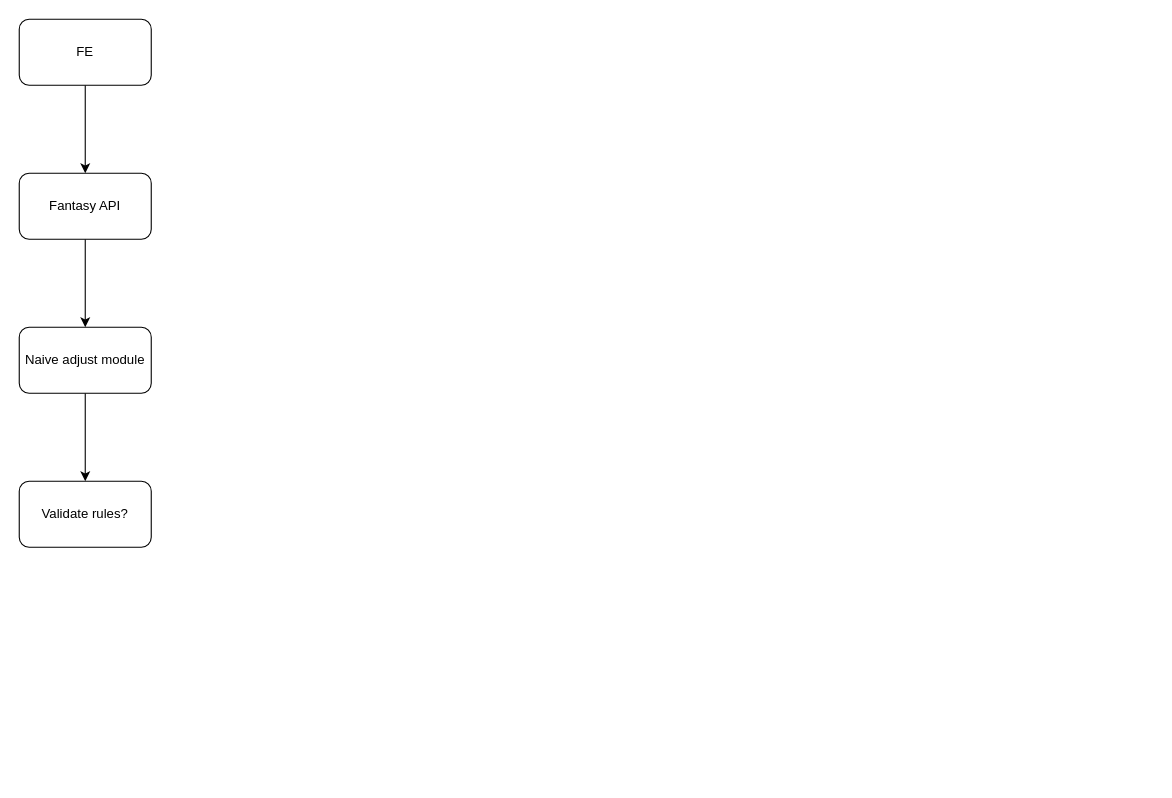
Before: drawings/adjust plan.drawio in saharki/draw.io, a draw.io diagram. Source tidied: cells renumbered, new cells numbered last; positions are measured from the earlier drawing's top-left corner, leaving out a move shared by most shapes. Both pictures are drawn from the tidied source at 110%, with x=0, y=0 at pixel (19, 19).
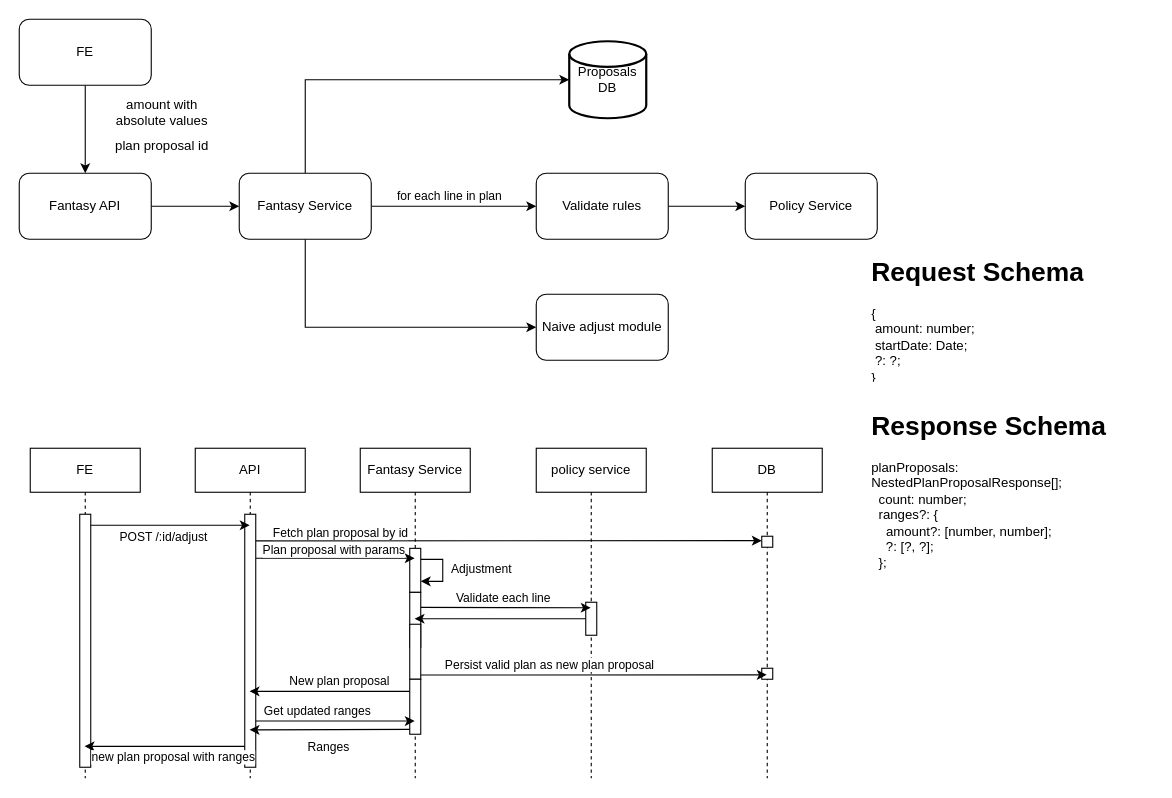
After the change.

Unchanged cells that the change refers to:
```xml
<mxCell id="5" value="Fantasy API" style="rounded=1;whiteSpace=wrap;html=1;" parent="1" vertex="1">
  <mxGeometry y="140" width="120" height="60" as="geometry" />
</mxCell>
```

What changed in the source:
```diff
@@
-    <mxCell id="4" style="edgeStyle=orthogonalEdgeStyle;rounded=0;jettySize=auto;html=1;" parent="1" edge="1" source="5" target="7">
+    <mxCell id="4" style="edgeStyle=orthogonalEdgeStyle;rounded=0;jettySize=auto;html=1;exitX=0.5;exitY=1;exitDx=0;exitDy=0;entryX=0;entryY=0.5;entryDx=0;entryDy=0;" parent="1" edge="1" source="16" target="7">
       <mxGeometry relative="1" as="geometry" />
     </mxCell>
+    <mxCell id="9" style="edgeStyle=orthogonalEdgeStyle;rounded=0;jettySize=auto;html=1;" parent="1" edge="1" source="5" target="16">
+      <mxGeometry relative="1" as="geometry" />
+    </mxCell>
@@
-    <mxCell id="6" style="edgeStyle=orthogonalEdgeStyle;rounded=0;jettySize=auto;html=1;" parent="1" edge="1" source="7" target="8">
+    <mxCell id="6" style="edgeStyle=orthogonalEdgeStyle;rounded=0;jettySize=auto;html=1;" parent="1" edge="1" source="16" target="8">
       <mxGeometry relative="1" as="geometry" />
     </mxCell>
+    <mxCell id="10" value="for each line in plan" style="edgeLabel;html=1;align=center;verticalAlign=middle;" parent="6" vertex="1">
+      <mxGeometry x="-0.41" y="3" relative="1" as="geometry">
+        <mxPoint x="26" y="-7" as="offset" />
+      </mxGeometry>
+    </mxCell>
     <mxCell id="7" value="Naive adjust module" style="rounded=1;whiteSpace=wrap;html=1;" parent="1" vertex="1">
-      <mxGeometry y="280" width="120" height="60" as="geometry" />
+      <mxGeometry x="470" y="250" width="120" height="60" as="geometry" />
     </mxCell>
+    <mxCell id="11" style="edgeStyle=orthogonalEdgeStyle;rounded=0;jettySize=auto;html=1;" parent="1" edge="1" source="8" target="14">
+      <mxGeometry relative="1" as="geometry" />
+    </mxCell>
-    <mxCell id="8" value="Validate rules?" style="rounded=1;whiteSpace=wrap;html=1;" parent="1" vertex="1">
-      <mxGeometry y="420" width="120" height="60" as="geometry" />
+    <mxCell id="8" value="Validate rules" style="rounded=1;whiteSpace=wrap;html=1;" parent="1" vertex="1">
+      <mxGeometry x="470" y="140" width="120" height="60" as="geometry" />
     </mxCell>
+    <mxCell id="12" value="amount with absolute values" style="text;html=1;strokeColor=none;fillColor=none;align=center;verticalAlign=middle;whiteSpace=wrap;rounded=0;" parent="1" vertex="1">
+      <mxGeometry x="80" y="70" width="100" height="30" as="geometry" />
+    </mxCell>
+    <mxCell id="13" value="plan proposal id" style="text;html=1;strokeColor=none;fillColor=none;align=center;verticalAlign=middle;whiteSpace=wrap;rounded=0;" parent="1" vertex="1">
+      <mxGeometry x="80" y="100" width="100" height="30" as="geometry" />
+    </mxCell>
+    <mxCell id="14" value="Policy Service" style="whiteSpace=wrap;html=1;rounded=1;" parent="1" vertex="1">
+      <mxGeometry x="660" y="140" width="120" height="60" as="geometry" />
+    </mxCell>
+    <mxCell id="15" style="edgeStyle=orthogonalEdgeStyle;rounded=0;jettySize=auto;html=1;entryX=0;entryY=0.5;entryDx=0;entryDy=0;entryPerimeter=0;exitX=0.5;exitY=0;exitDx=0;exitDy=0;" parent="1" edge="1" source="16" target="19">
+      <mxGeometry relative="1" as="geometry" />
+    </mxCell>
+    <mxCell id="16" value="Fantasy Service" style="whiteSpace=wrap;html=1;rounded=1;" parent="1" vertex="1">
+      <mxGeometry x="200" y="140" width="120" height="60" as="geometry" />
+    </mxCell>
+    <mxCell id="17" value="FE" style="shape=umlLifeline;perimeter=lifelinePerimeter;whiteSpace=wrap;html=1;newEdgeStyle={&quot;edgeStyle&quot;:&quot;elbowEdgeStyle&quot;,&quot;elbow&quot;:&quot;vertical&quot;,&quot;curved&quot;:0,&quot;rounded&quot;:0};" parent="1" vertex="1">
+      <mxGeometry x="10" y="390" width="100" height="300" as="geometry" />
+    </mxCell>
+    <mxCell id="18" style="html=1;points=[];perimeter=orthogonalPerimeter;outlineConnect=0;targetShapes=umlLifeline;portConstraint=eastwest;newEdgeStyle={&quot;edgeStyle&quot;:&quot;elbowEdgeStyle&quot;,&quot;elbow&quot;:&quot;vertical&quot;,&quot;curved&quot;:0,&quot;rounded&quot;:0};" parent="17" vertex="1">
+      <mxGeometry x="45" y="60" width="10" height="230" as="geometry" />
+    </mxCell>
+    <mxCell id="19" value="Proposals DB" style="strokeWidth=2;html=1;shape=mxgraph.flowchart.database;whiteSpace=wrap;" parent="1" vertex="1">
+      <mxGeometry x="500" y="20" width="70" height="70" as="geometry" />
+    </mxCell>
+    <mxCell id="20" value="API" style="shape=umlLifeline;perimeter=lifelinePerimeter;whiteSpace=wrap;html=1;outlineConnect=0;portConstraint=eastwest;newEdgeStyle={&quot;edgeStyle&quot;:&quot;elbowEdgeStyle&quot;,&quot;elbow&quot;:&quot;vertical&quot;,&quot;curved&quot;:0,&quot;rounded&quot;:0};" parent="1" vertex="1">
+      <mxGeometry x="160" y="390" width="100" height="300" as="geometry" />
+    </mxCell>
+    <mxCell id="21" style="html=1;points=[];perimeter=orthogonalPerimeter;outlineConnect=0;targetShapes=umlLifeline;portConstraint=eastwest;newEdgeStyle={&quot;edgeStyle&quot;:&quot;elbowEdgeStyle&quot;,&quot;elbow&quot;:&quot;vertical&quot;,&quot;curved&quot;:0,&quot;rounded&quot;:0};" parent="20" vertex="1">
+      <mxGeometry x="45" y="60" width="10" height="230" as="geometry" />
+    </mxCell>
+    <mxCell id="22" value="Fantasy Service" style="shape=umlLifeline;perimeter=lifelinePerimeter;whiteSpace=wrap;html=1;outlineConnect=0;portConstraint=eastwest;newEdgeStyle={&quot;edgeStyle&quot;:&quot;elbowEdgeStyle&quot;,&quot;elbow&quot;:&quot;vertical&quot;,&quot;curved&quot;:0,&quot;rounded&quot;:0};" parent="1" vertex="1">
+      <mxGeometry x="310" y="390" width="100" height="300" as="geometry" />
+    </mxCell>
+    <mxCell id="23" style="html=1;points=[];perimeter=orthogonalPerimeter;outlineConnect=0;targetShapes=umlLifeline;portConstraint=eastwest;newEdgeStyle={&quot;edgeStyle&quot;:&quot;elbowEdgeStyle&quot;,&quot;elbow&quot;:&quot;vertical&quot;,&quot;curved&quot;:0,&quot;rounded&quot;:0};" parent="22" vertex="1">
+      <mxGeometry x="45" y="91" width="10" height="40" as="geometry" />
+    </mxCell>
+    <mxCell id="24" value="Adjustment" style="edgeStyle=elbowEdgeStyle;rounded=0;orthogonalLoop=1;jettySize=auto;html=1;elbow=horizontal;curved=0;" parent="22" edge="1" source="23" target="23">
+      <mxGeometry y="35" relative="1" as="geometry">
+        <mxPoint y="-1" as="offset" />
+      </mxGeometry>
+    </mxCell>
+    <mxCell id="25" style="html=1;perimeter=orthogonalPerimeter;targetShapes=umlLifeline;newEdgeStyle={&quot;edgeStyle&quot;:&quot;elbowEdgeStyle&quot;,&quot;elbow&quot;:&quot;vertical&quot;,&quot;curved&quot;:0,&quot;rounded&quot;:0};" parent="22" vertex="1">
+      <mxGeometry x="45" y="131" width="10" height="50" as="geometry" />
+    </mxCell>
+    <mxCell id="26" style="html=1;perimeter=orthogonalPerimeter;targetShapes=umlLifeline;newEdgeStyle={&quot;edgeStyle&quot;:&quot;elbowEdgeStyle&quot;,&quot;elbow&quot;:&quot;vertical&quot;,&quot;curved&quot;:0,&quot;rounded&quot;:0};" parent="22" vertex="1">
+      <mxGeometry x="45" y="160" width="10" height="50" as="geometry" />
+    </mxCell>
+    <mxCell id="27" style="html=1;perimeter=orthogonalPerimeter;targetShapes=umlLifeline;newEdgeStyle={&quot;edgeStyle&quot;:&quot;elbowEdgeStyle&quot;,&quot;elbow&quot;:&quot;vertical&quot;,&quot;curved&quot;:0,&quot;rounded&quot;:0};" parent="22" vertex="1">
+      <mxGeometry x="45" y="210" width="10" height="50" as="geometry" />
+    </mxCell>
+    <mxCell id="28" value="policy service" style="shape=umlLifeline;perimeter=lifelinePerimeter;whiteSpace=wrap;html=1;newEdgeStyle={&quot;edgeStyle&quot;:&quot;elbowEdgeStyle&quot;,&quot;elbow&quot;:&quot;vertical&quot;,&quot;curved&quot;:0,&quot;rounded&quot;:0};" parent="1" vertex="1">
+      <mxGeometry x="470" y="390" width="100" height="300" as="geometry" />
+    </mxCell>
+    <mxCell id="29" style="html=1;points=[];perimeter=orthogonalPerimeter;outlineConnect=0;targetShapes=umlLifeline;portConstraint=eastwest;newEdgeStyle={&quot;edgeStyle&quot;:&quot;elbowEdgeStyle&quot;,&quot;elbow&quot;:&quot;vertical&quot;,&quot;curved&quot;:0,&quot;rounded&quot;:0};" parent="28" vertex="1">
+      <mxGeometry x="45" y="140" width="10" height="30" as="geometry" />
+    </mxCell>
+    <mxCell id="30" value="DB" style="shape=umlLifeline;perimeter=lifelinePerimeter;whiteSpace=wrap;html=1;outlineConnect=0;portConstraint=eastwest;newEdgeStyle={&quot;edgeStyle&quot;:&quot;elbowEdgeStyle&quot;,&quot;elbow&quot;:&quot;vertical&quot;,&quot;curved&quot;:0,&quot;rounded&quot;:0};" parent="1" vertex="1">
+      <mxGeometry x="630" y="390" width="100" height="300" as="geometry" />
+    </mxCell>
+    <mxCell id="31" style="html=1;perimeter=orthogonalPerimeter;targetShapes=umlLifeline;newEdgeStyle={&quot;edgeStyle&quot;:&quot;elbowEdgeStyle&quot;,&quot;elbow&quot;:&quot;vertical&quot;,&quot;curved&quot;:0,&quot;rounded&quot;:0};" parent="30" vertex="1">
+      <mxGeometry x="45" y="200" width="10" height="10" as="geometry" />
+    </mxCell>
+    <mxCell id="32" style="edgeStyle=elbowEdgeStyle;rounded=0;orthogonalLoop=1;jettySize=auto;html=1;elbow=vertical;curved=0;" parent="1" edge="1">
+      <mxGeometry relative="1" as="geometry">
+        <mxPoint x="365" y="534.7" as="sourcePoint" />
+        <mxPoint x="519.5" y="534.6" as="targetPoint" />
+      </mxGeometry>
+    </mxCell>
+    <mxCell id="33" value="Validate each line" style="edgeLabel;html=1;align=center;verticalAlign=middle;" parent="32" vertex="1">
+      <mxGeometry x="-0.5" y="4" relative="1" as="geometry">
+        <mxPoint x="36" y="-6" as="offset" />
+      </mxGeometry>
+    </mxCell>
+    <mxCell id="34" style="edgeStyle=elbowEdgeStyle;rounded=0;jettySize=auto;html=1;elbow=vertical;curved=0;" parent="1" edge="1" source="29">
+      <mxGeometry relative="1" as="geometry">
+        <mxPoint x="359.4" y="545.2" as="targetPoint" />
+      </mxGeometry>
+    </mxCell>
+    <mxCell id="35" style="edgeStyle=elbowEdgeStyle;rounded=0;jettySize=auto;html=1;elbow=vertical;curved=0;" parent="1" edge="1" target="30">
+      <mxGeometry relative="1" as="geometry">
+        <mxPoint x="365" y="596.2" as="sourcePoint" />
+      </mxGeometry>
+    </mxCell>
+    <mxCell id="36" value="Persist valid plan as new plan proposal" style="edgeLabel;html=1;align=center;verticalAlign=middle;" parent="35" vertex="1">
+      <mxGeometry x="-0.85" y="1" relative="1" as="geometry">
+        <mxPoint x="93" y="-9" as="offset" />
+      </mxGeometry>
+    </mxCell>
+    <mxCell id="37" style="edgeStyle=elbowEdgeStyle;rounded=0;orthogonalLoop=1;jettySize=auto;html=1;elbow=vertical;curved=0;" parent="1" edge="1">
+      <mxGeometry relative="1" as="geometry">
+        <mxPoint x="355" y="611" as="sourcePoint" />
+        <mxPoint x="209.4" y="611" as="targetPoint" />
+        <Array as="points">
+          <mxPoint x="300" y="611" />
+        </Array>
+      </mxGeometry>
+    </mxCell>
+    <mxCell id="38" value="New plan proposal" style="edgeLabel;html=1;align=center;verticalAlign=middle;" parent="37" vertex="1">
+      <mxGeometry x="0.16" y="4" relative="1" as="geometry">
+        <mxPoint x="19" y="-14" as="offset" />
+      </mxGeometry>
+    </mxCell>
+    <mxCell id="39" style="edgeStyle=elbowEdgeStyle;rounded=0;jettySize=auto;html=1;elbow=vertical;curved=0;" parent="1" edge="1" source="21" target="22">
+      <mxGeometry relative="1" as="geometry">
+        <Array as="points">
+          <mxPoint x="280" y="490" />
+          <mxPoint x="263" y="470" />
+        </Array>
+      </mxGeometry>
+    </mxCell>
+    <mxCell id="40" value="Plan proposal with params" style="edgeLabel;html=1;align=center;verticalAlign=middle;" parent="39" vertex="1">
+      <mxGeometry x="-0.17" y="3" relative="1" as="geometry">
+        <mxPoint x="10" y="-5" as="offset" />
+      </mxGeometry>
+    </mxCell>
+    <mxCell id="41" style="edgeStyle=elbowEdgeStyle;rounded=0;jettySize=auto;html=1;elbow=vertical;curved=0;" parent="1" edge="1" source="18" target="20">
+      <mxGeometry relative="1" as="geometry">
+        <Array as="points">
+          <mxPoint x="130" y="460" />
+        </Array>
+      </mxGeometry>
+    </mxCell>
+    <mxCell id="42" value="POST /:id/adjust" style="edgeLabel;html=1;align=center;verticalAlign=middle;" parent="41" vertex="1">
+      <mxGeometry x="0.06" relative="1" as="geometry">
+        <mxPoint x="-12" y="10" as="offset" />
+      </mxGeometry>
+    </mxCell>
+    <mxCell id="43" style="edgeStyle=elbowEdgeStyle;rounded=0;orthogonalLoop=1;jettySize=auto;html=1;elbow=vertical;curved=0;" parent="1" edge="1">
+      <mxGeometry relative="1" as="geometry">
+        <mxPoint x="205" y="661" as="sourcePoint" />
+        <mxPoint x="59.4" y="661" as="targetPoint" />
+        <Array as="points">
+          <mxPoint x="150" y="661" />
+        </Array>
+      </mxGeometry>
+    </mxCell>
+    <mxCell id="44" value="new plan proposal with ranges" style="edgeLabel;html=1;align=center;verticalAlign=middle;" parent="43" vertex="1">
+      <mxGeometry x="0.22" relative="1" as="geometry">
+        <mxPoint x="23" y="9" as="offset" />
+      </mxGeometry>
+    </mxCell>
+    <mxCell id="45" style="edgeStyle=elbowEdgeStyle;rounded=0;orthogonalLoop=1;jettySize=auto;html=1;elbow=vertical;curved=0;" parent="1" edge="1">
+      <mxGeometry relative="1" as="geometry">
+        <mxPoint x="215" y="638" as="sourcePoint" />
+        <mxPoint x="359.5" y="638" as="targetPoint" />
+        <Array as="points">
+          <mxPoint x="263" y="638" />
+        </Array>
+      </mxGeometry>
+    </mxCell>
+    <mxCell id="46" value="Get updated ranges" style="edgeLabel;html=1;align=center;verticalAlign=middle;" parent="45" vertex="1">
+      <mxGeometry x="-0.48" relative="1" as="geometry">
+        <mxPoint x="17" y="-10" as="offset" />
+      </mxGeometry>
+    </mxCell>
+    <mxCell id="47" style="edgeStyle=elbowEdgeStyle;rounded=0;orthogonalLoop=1;jettySize=auto;html=1;elbow=vertical;curved=0;" parent="1" edge="1">
+      <mxGeometry relative="1" as="geometry">
+        <mxPoint x="355" y="645.6" as="sourcePoint" />
+        <mxPoint x="209.4" y="645.6" as="targetPoint" />
+      </mxGeometry>
+    </mxCell>
+    <mxCell id="48" value="Ranges" style="edgeLabel;html=1;align=center;verticalAlign=middle;" parent="47" vertex="1">
+      <mxGeometry x="0.29" y="3" relative="1" as="geometry">
+        <mxPoint x="19" y="12" as="offset" />
+      </mxGeometry>
+    </mxCell>
+    <mxCell id="49" style="edgeStyle=elbowEdgeStyle;rounded=0;orthogonalLoop=1;jettySize=auto;html=1;elbow=vertical;curved=0;" parent="1" edge="1">
+      <mxGeometry relative="1" as="geometry">
+        <mxPoint x="215" y="474.2" as="sourcePoint" />
+        <mxPoint x="675" y="474.2" as="targetPoint" />
+      </mxGeometry>
+    </mxCell>
+    <mxCell id="50" value="Fetch plan proposal by id" style="edgeLabel;html=1;align=center;verticalAlign=middle;" parent="49" vertex="1">
+      <mxGeometry x="-0.77" y="5" relative="1" as="geometry">
+        <mxPoint x="24" y="-3" as="offset" />
+      </mxGeometry>
+    </mxCell>
+    <mxCell id="51" style="html=1;perimeter=orthogonalPerimeter;targetShapes=umlLifeline;newEdgeStyle={&quot;edgeStyle&quot;:&quot;elbowEdgeStyle&quot;,&quot;elbow&quot;:&quot;vertical&quot;,&quot;curved&quot;:0,&quot;rounded&quot;:0};" parent="1" vertex="1">
+      <mxGeometry x="675" y="470" width="10" height="10" as="geometry" />
+    </mxCell>
+    <mxCell id="52" value="&lt;h1&gt;Request Schema&lt;/h1&gt;&lt;div&gt;{&lt;/div&gt;&lt;div&gt;&lt;span style=&quot;white-space: pre;&quot;&gt; &lt;/span&gt;amount: number;&lt;br&gt;&lt;/div&gt;&lt;div&gt;&lt;span style=&quot;white-space: pre;&quot;&gt; &lt;/span&gt;startDate: Date;&lt;br&gt;&lt;/div&gt;&lt;div&gt;&lt;span style=&quot;white-space: pre;&quot;&gt; &lt;/span&gt;?: ?;&lt;br&gt;&lt;/div&gt;&lt;div&gt;}&lt;/div&gt;" style="text;html=1;strokeColor=none;fillColor=none;spacing=5;spacingTop=-20;whiteSpace=wrap;overflow=hidden;rounded=0;" parent="1" vertex="1">
+      <mxGeometry x="770" y="210" width="220" height="120" as="geometry" />
+    </mxCell>
+    <mxCell id="53" value="&lt;h1&gt;Response Schema&lt;/h1&gt;&lt;div&gt;planProposals: NestedPlanProposalResponse[];&lt;br&gt;&amp;nbsp; count: number;&lt;br&gt;&lt;span class=&quot;Apple-converted-space&quot;&gt;&amp;nbsp; &lt;/span&gt;ranges?: {&lt;br&gt;&lt;span class=&quot;Apple-converted-space&quot;&gt;&amp;nbsp; &amp;nbsp; &lt;/span&gt;amount?: [number, number];&lt;/div&gt;&lt;div&gt;&amp;nbsp; &amp;nbsp; ?: [?, ?];&lt;br&gt;&lt;span class=&quot;Apple-converted-space&quot;&gt;&amp;nbsp; &lt;/span&gt;};&lt;/div&gt;" style="text;html=1;strokeColor=none;fillColor=none;spacing=5;spacingTop=-20;whiteSpace=wrap;overflow=hidden;rounded=0;" parent="1" vertex="1">
+      <mxGeometry x="770" y="350" width="260" height="160" as="geometry" />
+    </mxCell>
```
